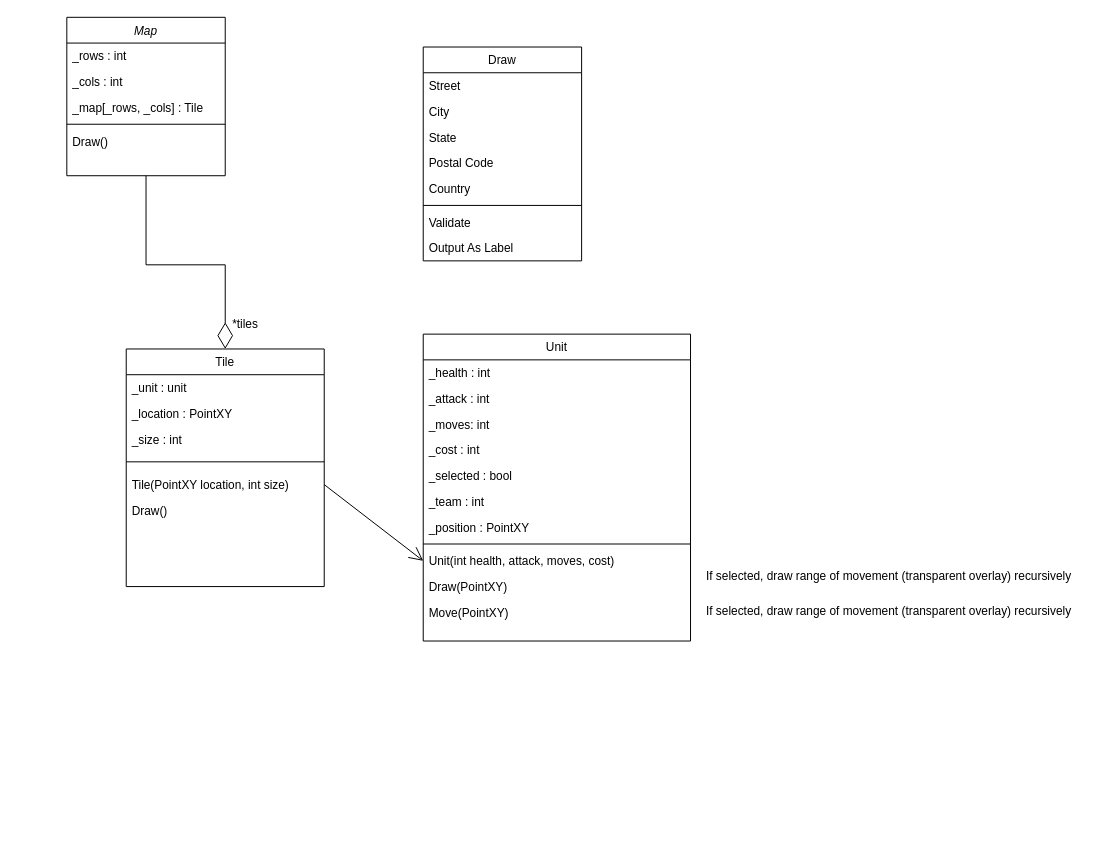
Earlier version of the draw.io diagram CreditTask6.2/AdvanceWarsUML.drawio (Panzer04/COS20007). Source tidied: cells renumbered, new cells numbered last; positions are measured from the earlier drawing's top-left corner, leaving out a move shared by most shapes. Both pictures are drawn from the tidied source at 99%, with x=0, y=0 at pixel (66, 17).
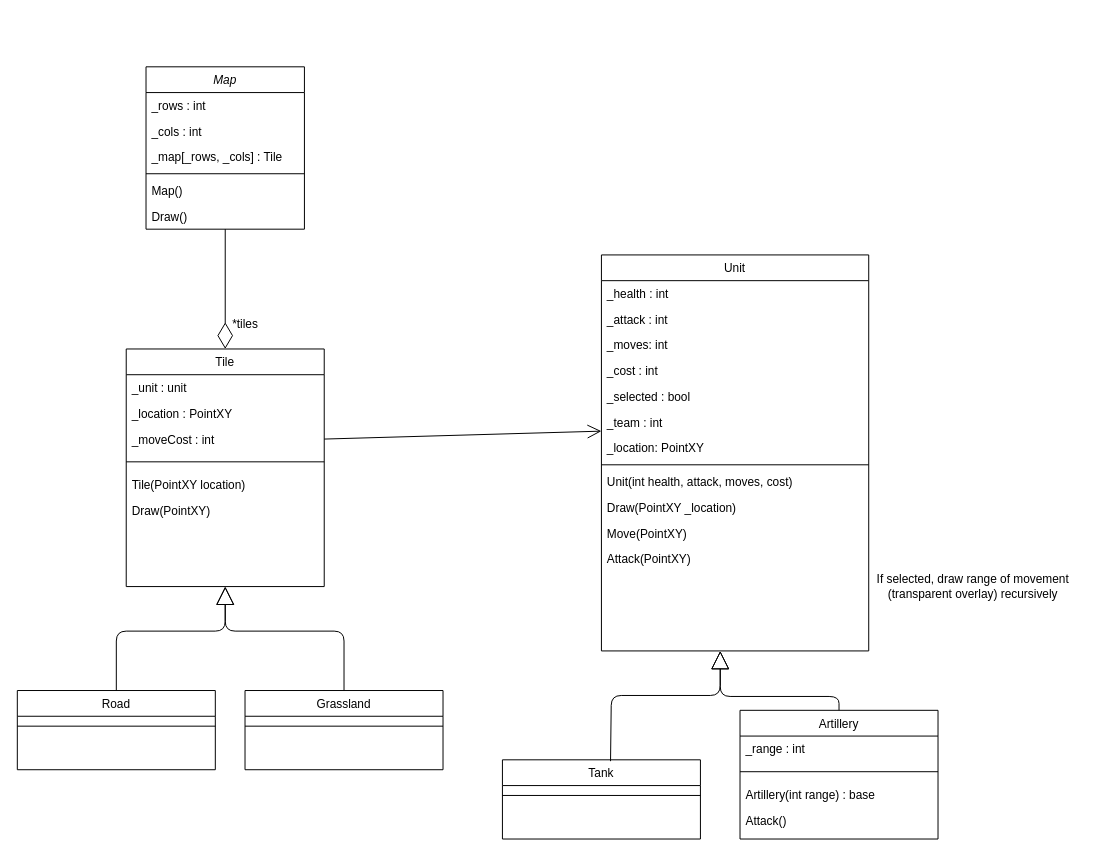
The same page after the edit.

The change refers to these unchanged cells:
```xml
<mxCell id="8" value="Tile" style="swimlane;fontStyle=0;align=center;verticalAlign=top;horizontal=1;startSize=26;rounded=0;shadow=0;strokeWidth=1;" parent="1" vertex="1">
  <mxGeometry x="60" y="335" width="200" height="240" as="geometry" />
</mxCell>
<mxCell id="21" value="_team : int" style="text;align=left;verticalAlign=top;spacingLeft=4;spacingRight=4;overflow=hidden;points=[[0,0.5],[1,0.5]];portConstraint=eastwest;" parent="15" vertex="1">
  <mxGeometry y="156" width="270" height="26" as="geometry" />
</mxCell>
<mxCell id="24" value="Unit(int health, attack, moves, cost)" style="text;align=left;verticalAlign=top;spacingLeft=4;spacingRight=4;overflow=hidden;points=[[0,0.5],[1,0.5]];portConstraint=eastwest;" parent="15" vertex="1">
  <mxGeometry y="216" width="270" height="26" as="geometry" />
</mxCell>
```

Change to the diagram source:
```diff
@@
     <mxCell id="2" value="Map" style="swimlane;fontStyle=2;align=center;verticalAlign=top;horizontal=1;startSize=26;rounded=0;shadow=0;strokeWidth=1;" parent="1" vertex="1">
-      <mxGeometry width="160" height="160" as="geometry" />
+      <mxGeometry x="80" y="50" width="160" height="164" as="geometry" />
     </mxCell>
@@
-    <mxCell id="7" value="Draw()" style="text;align=left;verticalAlign=top;spacingLeft=4;spacingRight=4;overflow=hidden;" parent="2" vertex="1">
+    <mxCell id="7" value="Map() " style="text;align=left;verticalAlign=top;spacingLeft=4;spacingRight=4;overflow=hidden;" parent="2" vertex="1">
       <mxGeometry y="112" width="160" height="26" as="geometry" />
     </mxCell>
+    <mxCell id="41" value="Draw()" style="text;align=left;verticalAlign=top;spacingLeft=4;spacingRight=4;overflow=hidden;" parent="2" vertex="1">
+      <mxGeometry y="138" width="160" height="26" as="geometry" />
+    </mxCell>
@@
-    <mxCell id="11" value="_size : int" style="text;align=left;verticalAlign=top;spacingLeft=4;spacingRight=4;overflow=hidden;rounded=0;shadow=0;html=0;" parent="8" vertex="1">
-      <mxGeometry y="78" width="200" height="26" as="geometry" />
-    </mxCell>
+    <mxCell id="42" value="_moveCost : int" style="text;align=left;verticalAlign=top;spacingLeft=4;spacingRight=4;overflow=hidden;rounded=0;shadow=0;html=0;" parent="8" vertex="1">
+      <mxGeometry y="78" width="200" height="26" as="geometry" />
+    </mxCell>
@@
-    <mxCell id="13" value="Tile(PointXY location, int size)" style="text;align=left;verticalAlign=top;spacingLeft=4;spacingRight=4;overflow=hidden;points=[[0,0.5],[1,0.5]];portConstraint=eastwest;rounded=0;shadow=0;html=0;" parent="8" vertex="1">
+    <mxCell id="13" value="Tile(PointXY location)" style="text;align=left;verticalAlign=top;spacingLeft=4;spacingRight=4;overflow=hidden;points=[[0,0.5],[1,0.5]];portConstraint=eastwest;rounded=0;shadow=0;html=0;" parent="8" vertex="1">
       <mxGeometry y="124" width="200" height="26" as="geometry" />
     </mxCell>
-    <mxCell id="14" value="Draw()" style="text;align=left;verticalAlign=top;spacingLeft=4;spacingRight=4;overflow=hidden;rounded=0;shadow=0;html=0;" parent="8" vertex="1">
+    <mxCell id="14" value="Draw(PointXY)" style="text;align=left;verticalAlign=top;spacingLeft=4;spacingRight=4;overflow=hidden;rounded=0;shadow=0;html=0;" parent="8" vertex="1">
       <mxGeometry y="150" width="200" height="26" as="geometry" />
     </mxCell>
     <mxCell id="15" value="Unit" style="swimlane;fontStyle=0;align=center;verticalAlign=top;horizontal=1;startSize=26;rounded=0;shadow=0;strokeWidth=1;" parent="1" vertex="1">
-      <mxGeometry x="360" y="320" width="270" height="310" as="geometry" />
+      <mxGeometry x="540" y="240" width="270" height="400" as="geometry" />
     </mxCell>
@@
-    <mxCell id="22" value="_position : PointXY" style="text;align=left;verticalAlign=top;spacingLeft=4;spacingRight=4;overflow=hidden;" parent="15" vertex="1">
+    <mxCell id="22" value="_location: PointXY" style="text;align=left;verticalAlign=top;spacingLeft=4;spacingRight=4;overflow=hidden;" parent="15" vertex="1">
       <mxGeometry y="182" width="270" height="26" as="geometry" />
     </mxCell>
@@
-    <mxCell id="25" value="Draw(PointXY)" style="text;align=left;verticalAlign=top;spacingLeft=4;spacingRight=4;overflow=hidden;" parent="15" vertex="1">
+    <mxCell id="25" value="Draw(PointXY _location)" style="text;align=left;verticalAlign=top;spacingLeft=4;spacingRight=4;overflow=hidden;" parent="15" vertex="1">
       <mxGeometry y="242" width="270" height="26" as="geometry" />
     </mxCell>
@@
-    <mxCell id="27" value="Draw" style="swimlane;fontStyle=0;align=center;verticalAlign=top;horizontal=1;startSize=26;rounded=0;shadow=0;strokeWidth=1;" parent="1" vertex="1">
-      <mxGeometry x="360" y="30" width="160" height="216" as="geometry" />
-    </mxCell>
-    <mxCell id="28" value="Street" style="text;align=left;verticalAlign=top;spacingLeft=4;spacingRight=4;overflow=hidden;" parent="27" vertex="1">
-      <mxGeometry y="26" width="160" height="26" as="geometry" />
-    </mxCell>
-    <mxCell id="29" value="City" style="text;align=left;verticalAlign=top;spacingLeft=4;spacingRight=4;overflow=hidden;rounded=0;shadow=0;html=0;" parent="27" vertex="1">
-      <mxGeometry y="52" width="160" height="26" as="geometry" />
-    </mxCell>
-    <mxCell id="30" value="State" style="text;align=left;verticalAlign=top;spacingLeft=4;spacingRight=4;overflow=hidden;rounded=0;shadow=0;html=0;" parent="27" vertex="1">
-      <mxGeometry y="78" width="160" height="26" as="geometry" />
-    </mxCell>
-    <mxCell id="31" value="Postal Code" style="text;align=left;verticalAlign=top;spacingLeft=4;spacingRight=4;overflow=hidden;rounded=0;shadow=0;html=0;" parent="27" vertex="1">
-      <mxGeometry y="104" width="160" height="26" as="geometry" />
-    </mxCell>
-    <mxCell id="32" value="Country" style="text;align=left;verticalAlign=top;spacingLeft=4;spacingRight=4;overflow=hidden;rounded=0;shadow=0;html=0;" parent="27" vertex="1">
-      <mxGeometry y="130" width="160" height="26" as="geometry" />
-    </mxCell>
-    <mxCell id="33" style="line;html=1;strokeWidth=1;align=left;verticalAlign=middle;spacingTop=-1;spacingLeft=3;spacingRight=3;labelPosition=right;" parent="27" vertex="1">
-      <mxGeometry y="156" width="160" height="8" as="geometry" />
-    </mxCell>
-    <mxCell id="34" value="Validate" style="text;align=left;verticalAlign=top;spacingLeft=4;spacingRight=4;overflow=hidden;" parent="27" vertex="1">
-      <mxGeometry y="164" width="160" height="26" as="geometry" />
-    </mxCell>
-    <mxCell id="35" value="Output As Label" style="text;align=left;verticalAlign=top;spacingLeft=4;spacingRight=4;overflow=hidden;" parent="27" vertex="1">
-      <mxGeometry y="190" width="160" height="26" as="geometry" />
-    </mxCell>
+    <mxCell id="43" value="Attack(PointXY)" style="text;align=left;verticalAlign=top;spacingLeft=4;spacingRight=4;overflow=hidden;" parent="15" vertex="1">
+      <mxGeometry y="294" width="270" height="26" as="geometry" />
+    </mxCell>
     <mxCell id="36" style="endArrow=diamondThin;endFill=0;endSize=24;html=1;exitX=0.5;exitY=1;exitDx=0;exitDy=0;entryX=0.5;entryY=0;entryDx=0;entryDy=0;rounded=0;" parent="1" edge="1" source="2" target="8">
-      <mxGeometry relative="1" as="geometry">
-        <Array as="points">
-          <mxPoint x="80" y="250" />
-          <mxPoint x="160" y="250" />
-        </Array>
-      </mxGeometry>
+      <mxGeometry relative="1" as="geometry" />
     </mxCell>
@@
-    <mxCell id="38" style="endArrow=open;endFill=1;endSize=12;html=1;exitX=1;exitY=0.5;exitDx=0;exitDy=0;entryX=0;entryY=0.5;entryDx=0;entryDy=0;" parent="1" edge="1" source="13" target="24">
-      <mxGeometry relative="1" as="geometry" />
+    <mxCell id="38" style="endArrow=open;endFill=1;endSize=12;html=1;exitX=1;exitY=0.5;exitDx=0;exitDy=0;entryX=0;entryY=0.846;entryDx=0;entryDy=0;entryPerimeter=0;" parent="1" edge="1" target="21">
+      <mxGeometry relative="1" as="geometry">
+        <mxPoint x="260" y="426" as="sourcePoint" />
+      </mxGeometry>
     </mxCell>
-    <mxCell id="39" value="If selected, draw range of movement (transparent overlay) recursively" style="text;html=1;align=center;verticalAlign=middle;strokeColor=none;" parent="1" vertex="1">
-      <mxGeometry x="640" y="555" width="380" height="20" as="geometry" />
-    </mxCell>
-    <mxCell id="40" value="If selected, draw range of movement (transparent overlay) recursively" style="text;html=1;align=center;verticalAlign=middle;strokeColor=none;" parent="1" vertex="1">
-      <mxGeometry x="640" y="590" width="380" height="20" as="geometry" />
+    <mxCell id="40" value="If selected, draw range of movement &lt;br&gt;(transparent overlay) recursively" style="text;html=1;align=center;verticalAlign=middle;strokeColor=none;" parent="1" vertex="1">
+      <mxGeometry x="810" y="560" width="210" height="30" as="geometry" />
     </mxCell>
+    <mxCell id="44" value="Road" style="swimlane;fontStyle=0;align=center;verticalAlign=top;horizontal=1;startSize=26;rounded=0;shadow=0;strokeWidth=1;" parent="1" vertex="1">
+      <mxGeometry x="-50" y="680" width="200" height="80" as="geometry" />
+    </mxCell>
+    <mxCell id="45" style="line;html=1;strokeWidth=1;align=left;verticalAlign=middle;spacingTop=-1;spacingLeft=3;spacingRight=3;labelPosition=right;" parent="44" vertex="1">
+      <mxGeometry y="26" width="200" height="20" as="geometry" />
+    </mxCell>
+    <mxCell id="46" value="Grassland" style="swimlane;fontStyle=0;align=center;verticalAlign=top;horizontal=1;startSize=26;rounded=0;shadow=0;strokeWidth=1;" parent="1" vertex="1">
+      <mxGeometry x="180" y="680" width="200" height="80" as="geometry" />
+    </mxCell>
+    <mxCell id="47" style="line;html=1;strokeWidth=1;align=left;verticalAlign=middle;spacingTop=-1;spacingLeft=3;spacingRight=3;labelPosition=right;" parent="46" vertex="1">
+      <mxGeometry y="26" width="200" height="20" as="geometry" />
+    </mxCell>
+    <mxCell id="48" style="endArrow=block;endSize=16;endFill=0;html=1;entryX=0.5;entryY=1;entryDx=0;entryDy=0;exitX=0.5;exitY=0;exitDx=0;exitDy=0;" parent="1" edge="1" source="44" target="8">
+      <mxGeometry relative="1" as="geometry">
+        <Array as="points">
+          <mxPoint x="50" y="620" />
+          <mxPoint x="160" y="620" />
+        </Array>
+      </mxGeometry>
+    </mxCell>
+    <mxCell id="49" style="endArrow=block;endSize=16;endFill=0;html=1;exitX=0.5;exitY=0;exitDx=0;exitDy=0;entryX=0.5;entryY=1;entryDx=0;entryDy=0;" parent="1" edge="1" source="46" target="8">
+      <mxGeometry relative="1" as="geometry">
+        <Array as="points">
+          <mxPoint x="280" y="620" />
+          <mxPoint x="160" y="620" />
+        </Array>
+      </mxGeometry>
+    </mxCell>
+    <mxCell id="50" value="Tank" style="swimlane;fontStyle=0;align=center;verticalAlign=top;horizontal=1;startSize=26;rounded=0;shadow=0;strokeWidth=1;" parent="1" vertex="1">
+      <mxGeometry x="440" y="750" width="200" height="80" as="geometry" />
+    </mxCell>
+    <mxCell id="51" style="line;html=1;strokeWidth=1;align=left;verticalAlign=middle;spacingTop=-1;spacingLeft=3;spacingRight=3;labelPosition=right;" parent="50" vertex="1">
+      <mxGeometry y="26" width="200" height="20" as="geometry" />
+    </mxCell>
+    <mxCell id="52" value="Artillery" style="swimlane;fontStyle=0;align=center;verticalAlign=top;horizontal=1;startSize=26;rounded=0;shadow=0;strokeWidth=1;" parent="1" vertex="1">
+      <mxGeometry x="680" y="700" width="200" height="130" as="geometry" />
+    </mxCell>
+    <mxCell id="53" value="_range : int" style="text;align=left;verticalAlign=top;spacingLeft=4;spacingRight=4;overflow=hidden;" parent="52" vertex="1">
+      <mxGeometry y="26" width="200" height="26" as="geometry" />
+    </mxCell>
+    <mxCell id="54" style="line;html=1;strokeWidth=1;align=left;verticalAlign=middle;spacingTop=-1;spacingLeft=3;spacingRight=3;labelPosition=right;" parent="52" vertex="1">
+      <mxGeometry y="52" width="200" height="20" as="geometry" />
+    </mxCell>
+    <mxCell id="55" value="Artillery(int range) : base" style="text;align=left;verticalAlign=top;spacingLeft=4;spacingRight=4;overflow=hidden;" parent="52" vertex="1">
+      <mxGeometry y="72" width="200" height="26" as="geometry" />
+    </mxCell>
+    <mxCell id="56" value="Attack()" style="text;align=left;verticalAlign=top;spacingLeft=4;spacingRight=4;overflow=hidden;" parent="52" vertex="1">
+      <mxGeometry y="98" width="200" height="26" as="geometry" />
+    </mxCell>
+    <mxCell id="57" style="endArrow=block;endSize=16;endFill=0;html=1;exitX=0.5;exitY=0;exitDx=0;exitDy=0;" parent="1" edge="1" source="52">
+      <mxGeometry relative="1" as="geometry">
+        <mxPoint x="660" y="640" as="targetPoint" />
+        <Array as="points">
+          <mxPoint x="780" y="686" />
+          <mxPoint x="660" y="686" />
+        </Array>
+      </mxGeometry>
+    </mxCell>
+    <mxCell id="58" style="endArrow=block;endSize=16;endFill=0;html=1;entryX=0.5;entryY=1;entryDx=0;entryDy=0;exitX=0.546;exitY=0.017;exitDx=0;exitDy=0;exitPerimeter=0;" parent="1" edge="1" source="50">
+      <mxGeometry relative="1" as="geometry">
+        <mxPoint x="660" y="640" as="targetPoint" />
+        <Array as="points">
+          <mxPoint x="550" y="685" />
+          <mxPoint x="660" y="685" />
+        </Array>
+      </mxGeometry>
+    </mxCell>
```
